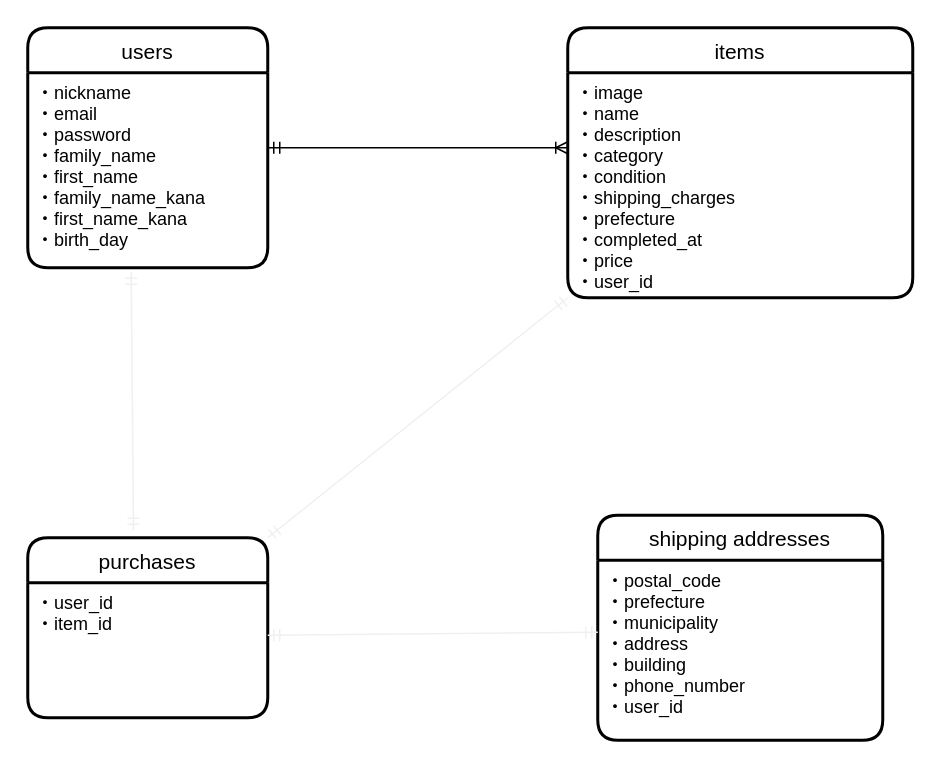
Earlier version of the draw.io diagram app/views/furima-31519.dio (takuya20201003/furima-31519). Source tidied: cells renumbered, new cells numbered last; positions are measured from the earlier drawing's top-left corner, leaving out a move shared by most shapes. Both pictures are drawn from the tidied source at 150%, with x=0, y=0 at pixel (27, 27).
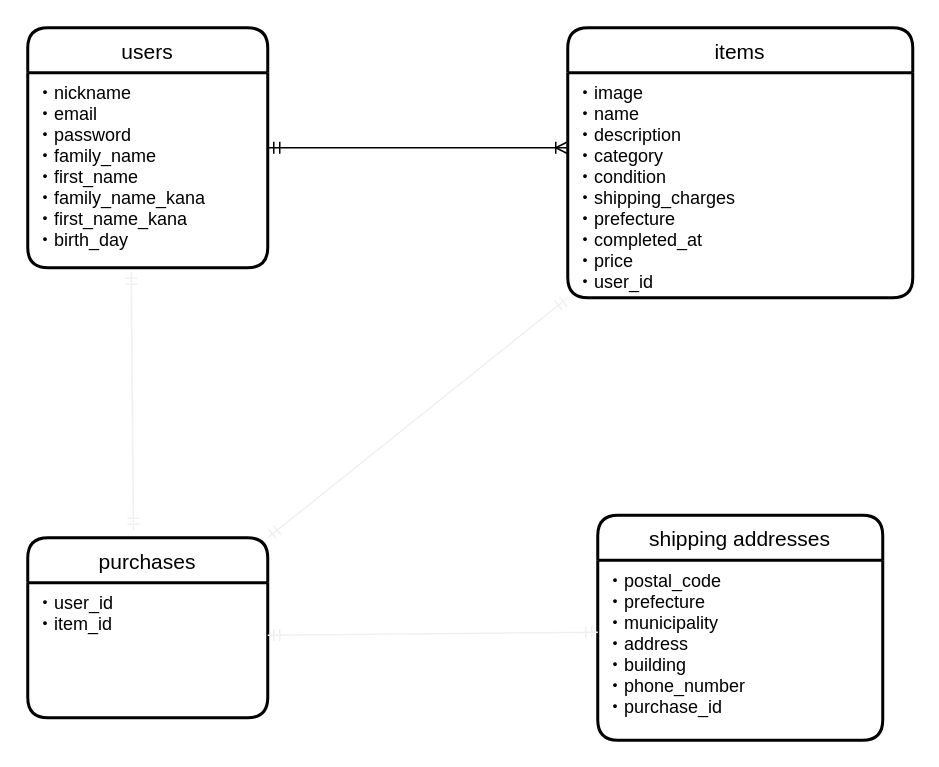
Above is the later version.

The edit, as a diff of the source:
```diff
@@
 <mxGraphModel>
   <root>
     <mxCell id="0" />
     <mxCell id="1" parent="0" />
     <mxCell id="2" value="users" style="swimlane;horizontal=1;startSize=30;rounded=1;fontSize=14;fontStyle=0;strokeWidth=2;shadow=0;dashed=0;align=center;" parent="1" vertex="1">
       <mxGeometry width="160" height="160" as="geometry" />
     </mxCell>
     <mxCell id="3" value="・nickname&#10;・email&#10;・password&#10;・family_name&#10;・first_name&#10;・family_name_kana&#10;・first_name_kana&#10;・birth_day" style="align=left;strokeColor=none;fillColor=none;spacingLeft=4;fontSize=12;verticalAlign=top;" parent="2" vertex="1">
       <mxGeometry y="30" width="160" height="130" as="geometry" />
     </mxCell>
     <mxCell id="4" value="items" style="swimlane;horizontal=1;startSize=30;rounded=1;fontSize=14;fontStyle=0;strokeWidth=2;shadow=0;dashed=0;align=center;" parent="1" vertex="1">
       <mxGeometry x="360" width="230" height="180" as="geometry" />
     </mxCell>
     <mxCell id="5" value="・image&#10;・name&#10;・description&#10;・category&#10;・condition&#10;・shipping_charges&#10;・prefecture&#10;・completed_at&#10;・price&#10;・user_id&#10;&#10;&#10;&#10;" style="align=left;strokeColor=none;fillColor=none;spacingLeft=4;fontSize=12;verticalAlign=top;" parent="4" vertex="1">
       <mxGeometry y="30" width="230" height="150" as="geometry" />
     </mxCell>
     <mxCell id="6" style="fontSize=12;html=1;endArrow=ERmandOne;startArrow=ERmandOne;strokeColor=#f0f0f0;exitX=0.5;exitY=0;exitDx=0;exitDy=0;entryX=0;entryY=1;entryDx=0;entryDy=0;" parent="4" edge="1" target="5">
       <mxGeometry relative="1" as="geometry">
         <mxPoint x="-200" y="340" as="sourcePoint" />
       </mxGeometry>
     </mxCell>
     <mxCell id="7" value="shipping addresses" style="swimlane;horizontal=1;startSize=30;rounded=1;fontSize=14;fontStyle=0;strokeWidth=2;shadow=0;dashed=0;align=center;" parent="1" vertex="1">
       <mxGeometry x="380" y="325" width="190" height="150" as="geometry" />
     </mxCell>
-    <mxCell id="8" value="・postal_code&#10;・prefecture&#10;・municipality&#10;・address&#10;・building&#10;・phone_number&#10;・user_id&#10;&#10;&#10;&#10;" style="align=left;strokeColor=none;fillColor=none;spacingLeft=4;fontSize=12;verticalAlign=top;" parent="7" vertex="1">
+    <mxCell id="8" value="・postal_code&#10;・prefecture&#10;・municipality&#10;・address&#10;・building&#10;・phone_number&#10;・purchase_id&#10;&#10;&#10;&#10;" style="align=left;strokeColor=none;fillColor=none;spacingLeft=4;fontSize=12;verticalAlign=top;" parent="7" vertex="1">
       <mxGeometry y="30" width="190" height="120" as="geometry" />
     </mxCell>
     <mxCell id="9" style="edgeStyle=entityRelationEdgeStyle;fontSize=12;html=1;endArrow=ERoneToMany;startArrow=ERmandOne;" parent="1" edge="1">
       <mxGeometry relative="1" as="geometry">
         <mxPoint x="160" y="80" as="sourcePoint" />
         <mxPoint x="360" y="80" as="targetPoint" />
       </mxGeometry>
     </mxCell>
     <mxCell id="10" value="purchases" style="swimlane;horizontal=1;startSize=30;rounded=1;fontSize=14;fontStyle=0;strokeWidth=2;shadow=0;dashed=0;align=center;" parent="1" vertex="1">
       <mxGeometry y="340" width="160" height="120" as="geometry" />
     </mxCell>
     <mxCell id="11" value="・user_id&#10;・item_id" style="align=left;strokeColor=none;fillColor=none;spacingLeft=4;fontSize=12;verticalAlign=top;whiteSpace=wrap;" parent="10" vertex="1">
       <mxGeometry y="30" width="160" height="90" as="geometry" />
     </mxCell>
     <mxCell id="12" style="fontSize=12;html=1;endArrow=ERmandOne;startArrow=ERmandOne;strokeColor=#f0f0f0;entryX=0.431;entryY=1.023;entryDx=0;entryDy=0;exitX=0.5;exitY=0;exitDx=0;exitDy=0;entryPerimeter=0;" parent="1" edge="1" target="3">
       <mxGeometry relative="1" as="geometry">
         <mxPoint x="70.5" y="335" as="sourcePoint" />
       </mxGeometry>
     </mxCell>
     <mxCell id="13" style="fontSize=12;html=1;endArrow=ERmandOne;startArrow=ERmandOne;strokeColor=#f0f0f0;entryX=0;entryY=0.4;entryDx=0;entryDy=0;exitX=1;exitY=0.389;exitDx=0;exitDy=0;exitPerimeter=0;entryPerimeter=0;" parent="1" edge="1" source="11" target="8">
       <mxGeometry relative="1" as="geometry" />
     </mxCell>
   </root>
 </mxGraphModel>
```
